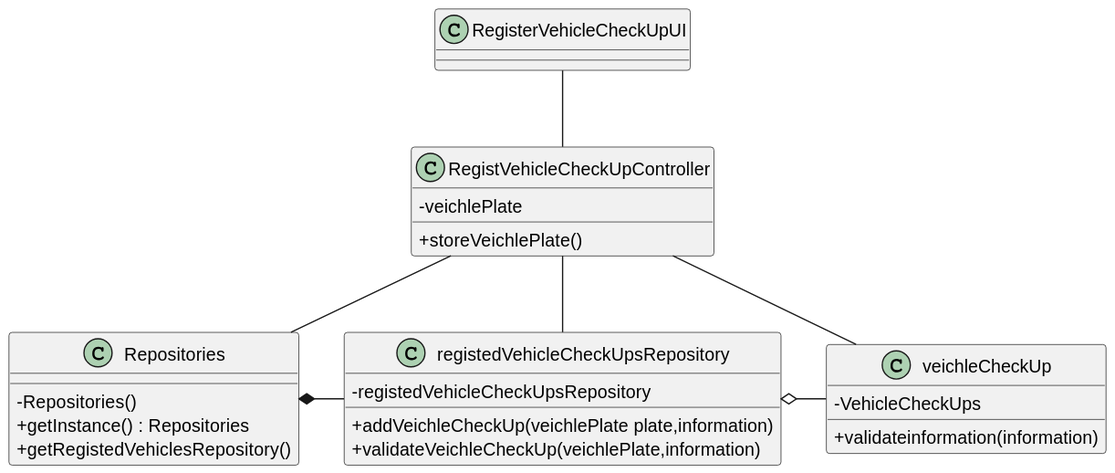
Before: docs/sprint2/us007/03.design/svg/us007-class-diagram.svg, a diagram exported from PlantUML (1231360-ISEP/lei-24-s2-1db-g021).
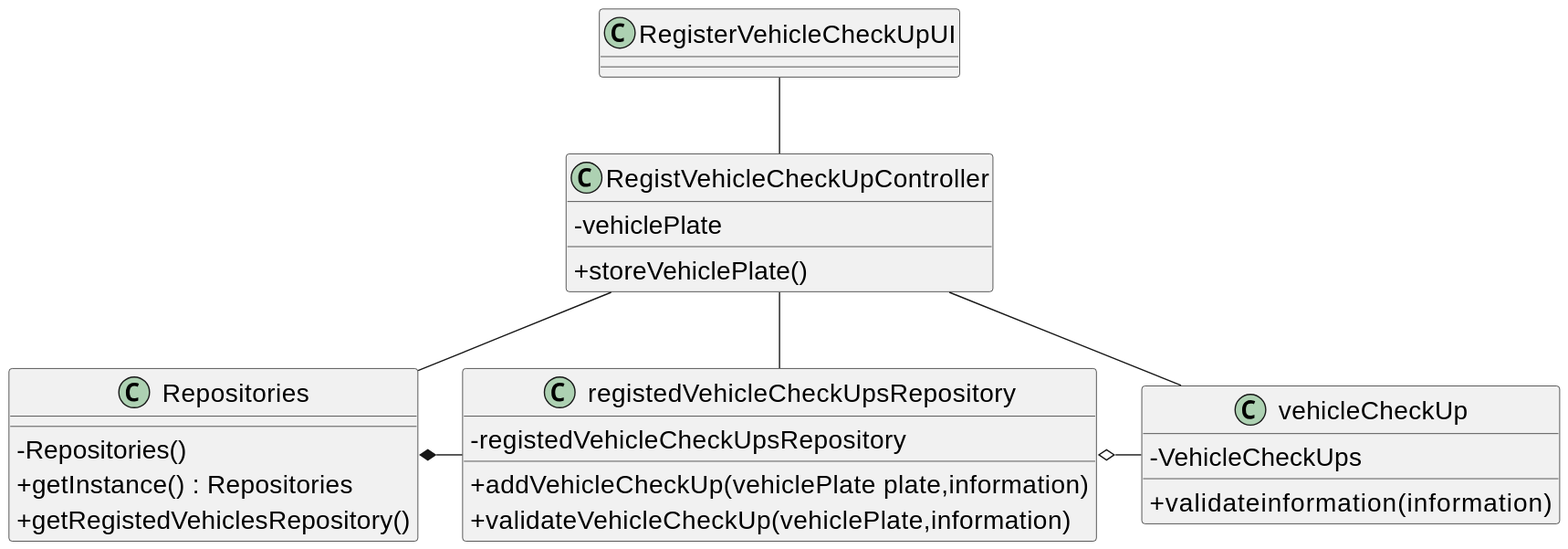
After the commit.

Change to the diagram source:
```diff
@@ -1,4 +1,5 @@
 @startuml
+skinparamlocked defaultFontSize 20
 skinparam packageStyle rectangle
 skinparam shadowing false
 skinparam linetype polyline
@@ -13,8 +14,8 @@
 
 class RegistVehicleCheckUpController
 {
-    - veichlePlate
-    + storeVeichlePlate()
+    - vehiclePlate
+    + storeVehiclePlate()
 }
 
 class Repositories {
@@ -25,12 +26,12 @@
 
 class registedVehicleCheckUpsRepository {
     - registedVehicleCheckUpsRepository
-    + addVeichleCheckUp(veichlePlate plate,information)
-    + validateVeichleCheckUp(veichlePlate,information)
+    + addVehicleCheckUp(vehiclePlate plate,information)
+    + validateVehicleCheckUp(vehiclePlate,information)
 }
 
 
-class veichleCheckUp {
+class vehicleCheckUp {
     - VehicleCheckUps
     + validateinformation(information)
 }
@@ -41,9 +42,9 @@
 
 RegistVehicleCheckUpController -- registedVehicleCheckUpsRepository
 
-RegistVehicleCheckUpController -- veichleCheckUp
+RegistVehicleCheckUpController -- vehicleCheckUp
 
 Repositories *- registedVehicleCheckUpsRepository
 
-registedVehicleCheckUpsRepository o- veichleCheckUp
+registedVehicleCheckUpsRepository o- vehicleCheckUp
 @enduml
```
